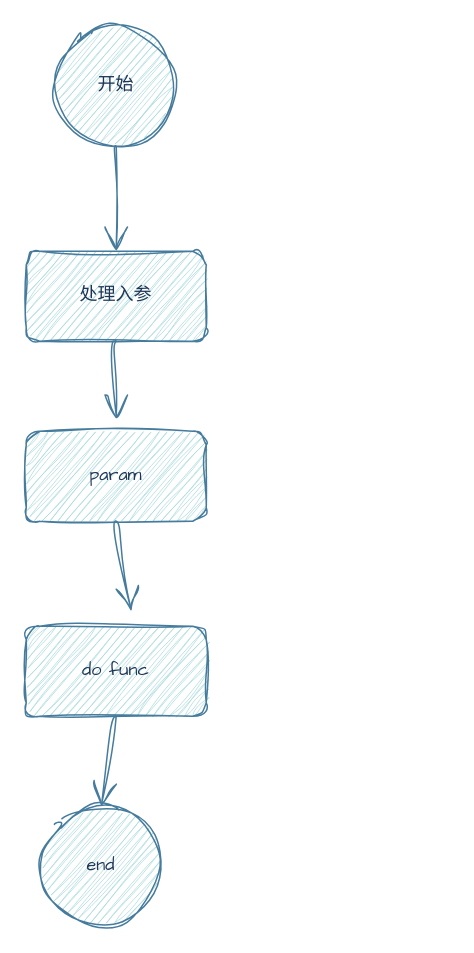
Before: 未命名绘图.drawio in herozdz/drawio, a draw.io diagram. Source tidied: cells renumbered, new cells numbered last; positions are measured from the earlier drawing's top-left corner, leaving out a move shared by most shapes. Both pictures are drawn from the tidied source at 150%, with x=0, y=0 at pixel (26, 26).
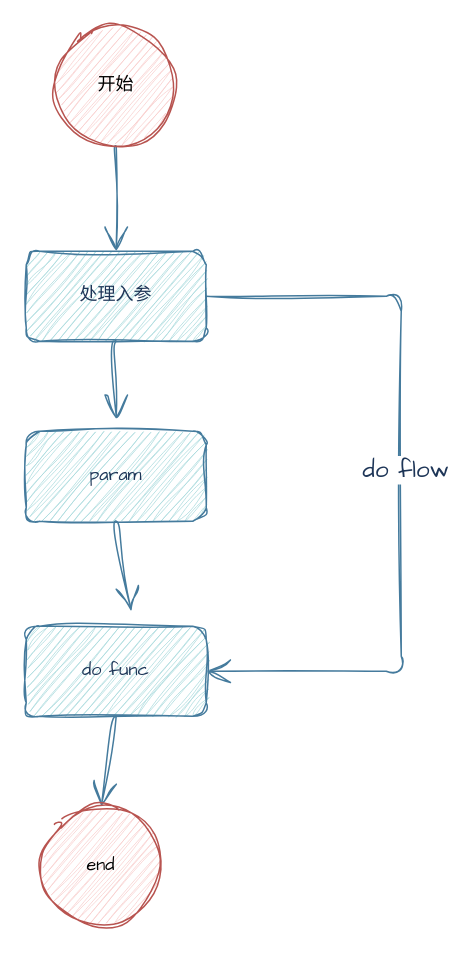
Above is the later version.

Commit message:
更新未命名绘图.drawio

Diff of the diagram source:
```diff
@@
 <mxGraphModel>
   <root>
     <mxCell id="0" />
     <mxCell id="1" parent="0" />
     <mxCell id="2" style="edgeStyle=none;curved=1;rounded=1;sketch=1;hachureGap=4;jiggle=2;curveFitting=1;jettySize=auto;html=1;exitX=0.5;exitY=1;exitDx=0;exitDy=0;strokeColor=#457B9D;fontFamily=Architects Daughter;fontSize=16;fontColor=#1D3557;startSize=14;endArrow=open;endSize=14;sourcePerimeterSpacing=8;targetPerimeterSpacing=8;fillColor=#A8DADC;" parent="1" edge="1" source="3" target="7">
       <mxGeometry relative="1" as="geometry" />
     </mxCell>
+    <mxCell id="11" style="edgeStyle=orthogonalEdgeStyle;rounded=1;sketch=1;hachureGap=4;jiggle=2;curveFitting=1;jettySize=auto;html=1;exitX=1;exitY=0.5;exitDx=0;exitDy=0;entryX=1;entryY=0.5;entryDx=0;entryDy=0;strokeColor=#457B9D;fontFamily=Architects Daughter;fontSize=16;fontColor=#1D3557;startSize=14;endArrow=open;endSize=14;sourcePerimeterSpacing=8;targetPerimeterSpacing=8;fillColor=#A8DADC;" parent="1" edge="1" source="3" target="9">
+      <mxGeometry relative="1" as="geometry">
+        <Array as="points">
+          <mxPoint x="250" y="180" />
+          <mxPoint x="250" y="430" />
+        </Array>
+      </mxGeometry>
+    </mxCell>
+    <mxCell id="12" value="do flow" style="edgeLabel;html=1;align=center;verticalAlign=middle;fontSize=16;rounded=1;sketch=1;hachureGap=4;jiggle=2;curveFitting=1;strokeColor=#457B9D;fontFamily=Architects Daughter;fontColor=#1D3557;fillColor=#A8DADC;" parent="11" vertex="1">
+      <mxGeometry x="-0.04" y="2" relative="1" as="geometry" />
+    </mxCell>
     <mxCell id="3" value="处理入参" style="rounded=1;whiteSpace=wrap;html=1;sketch=1;hachureGap=4;jiggle=2;curveFitting=1;fontFamily=Architects Daughter;labelBackgroundColor=none;fillColor=#A8DADC;strokeColor=#457B9D;fontColor=#1D3557;" parent="1" vertex="1">
       <mxGeometry y="150" width="120" height="60" as="geometry" />
     </mxCell>
     <mxCell id="4" style="edgeStyle=none;curved=1;rounded=1;sketch=1;hachureGap=4;jiggle=2;curveFitting=1;jettySize=auto;html=1;exitX=0.5;exitY=1;exitDx=0;exitDy=0;entryX=0.5;entryY=0;entryDx=0;entryDy=0;strokeColor=#457B9D;fontFamily=Architects Daughter;fontSize=16;fontColor=#1D3557;startSize=14;endArrow=open;endSize=14;sourcePerimeterSpacing=8;targetPerimeterSpacing=8;fillColor=#A8DADC;" parent="1" edge="1" source="5" target="3">
       <mxGeometry relative="1" as="geometry" />
     </mxCell>
-    <mxCell id="5" value="开始" style="ellipse;whiteSpace=wrap;html=1;sketch=1;hachureGap=4;jiggle=2;curveFitting=1;fontFamily=Architects Daughter;labelBackgroundColor=none;fillColor=#A8DADC;strokeColor=#457B9D;fontColor=#1D3557;rounded=1;" parent="1" vertex="1">
+    <mxCell id="5" value="开始" style="ellipse;whiteSpace=wrap;html=1;sketch=1;hachureGap=4;jiggle=2;curveFitting=1;fontFamily=Architects Daughter;labelBackgroundColor=none;fillColor=#f8cecc;strokeColor=#b85450;rounded=1;" parent="1" vertex="1">
       <mxGeometry x="20" width="80" height="80" as="geometry" />
     </mxCell>
     <mxCell id="6" style="edgeStyle=none;curved=1;rounded=1;sketch=1;hachureGap=4;jiggle=2;curveFitting=1;jettySize=auto;html=1;exitX=0.5;exitY=1;exitDx=0;exitDy=0;strokeColor=#457B9D;fontFamily=Architects Daughter;fontSize=16;fontColor=#1D3557;startSize=14;endArrow=open;endSize=14;sourcePerimeterSpacing=8;targetPerimeterSpacing=8;fillColor=#A8DADC;" parent="1" edge="1" source="7">
       <mxGeometry relative="1" as="geometry">
         <mxPoint x="70" y="390" as="targetPoint" />
         <Array as="points">
           <mxPoint x="70" y="390" />
         </Array>
       </mxGeometry>
     </mxCell>
     <mxCell id="7" value="param" style="rounded=1;whiteSpace=wrap;html=1;sketch=1;hachureGap=4;jiggle=2;curveFitting=1;strokeColor=#457B9D;fontFamily=Architects Daughter;fontColor=#1D3557;fillColor=#A8DADC;" parent="1" vertex="1">
       <mxGeometry y="270" width="120" height="60" as="geometry" />
     </mxCell>
     <mxCell id="8" style="edgeStyle=none;curved=1;rounded=1;sketch=1;hachureGap=4;jiggle=2;curveFitting=1;jettySize=auto;html=1;exitX=0.5;exitY=1;exitDx=0;exitDy=0;strokeColor=#457B9D;fontFamily=Architects Daughter;fontSize=16;fontColor=#1D3557;startSize=14;endArrow=open;endSize=14;sourcePerimeterSpacing=8;targetPerimeterSpacing=8;fillColor=#A8DADC;" parent="1" edge="1" source="9">
       <mxGeometry relative="1" as="geometry">
         <mxPoint x="50" y="520" as="targetPoint" />
       </mxGeometry>
     </mxCell>
     <mxCell id="9" value="do func" style="rounded=1;whiteSpace=wrap;html=1;sketch=1;hachureGap=4;jiggle=2;curveFitting=1;strokeColor=#457B9D;fontFamily=Architects Daughter;fontColor=#1D3557;fillColor=#A8DADC;" parent="1" vertex="1">
       <mxGeometry y="400" width="120" height="60" as="geometry" />
     </mxCell>
-    <mxCell id="10" value="end" style="ellipse;whiteSpace=wrap;html=1;rounded=1;sketch=1;hachureGap=4;jiggle=2;curveFitting=1;strokeColor=#457B9D;fontFamily=Architects Daughter;fontColor=#1D3557;fillColor=#A8DADC;" parent="1" vertex="1">
+    <mxCell id="10" value="end" style="ellipse;whiteSpace=wrap;html=1;rounded=1;sketch=1;hachureGap=4;jiggle=2;curveFitting=1;strokeColor=#b85450;fontFamily=Architects Daughter;fillColor=#f8cecc;" parent="1" vertex="1">
       <mxGeometry x="10" y="520" width="80" height="80" as="geometry" />
     </mxCell>
   </root>
 </mxGraphModel>
```
